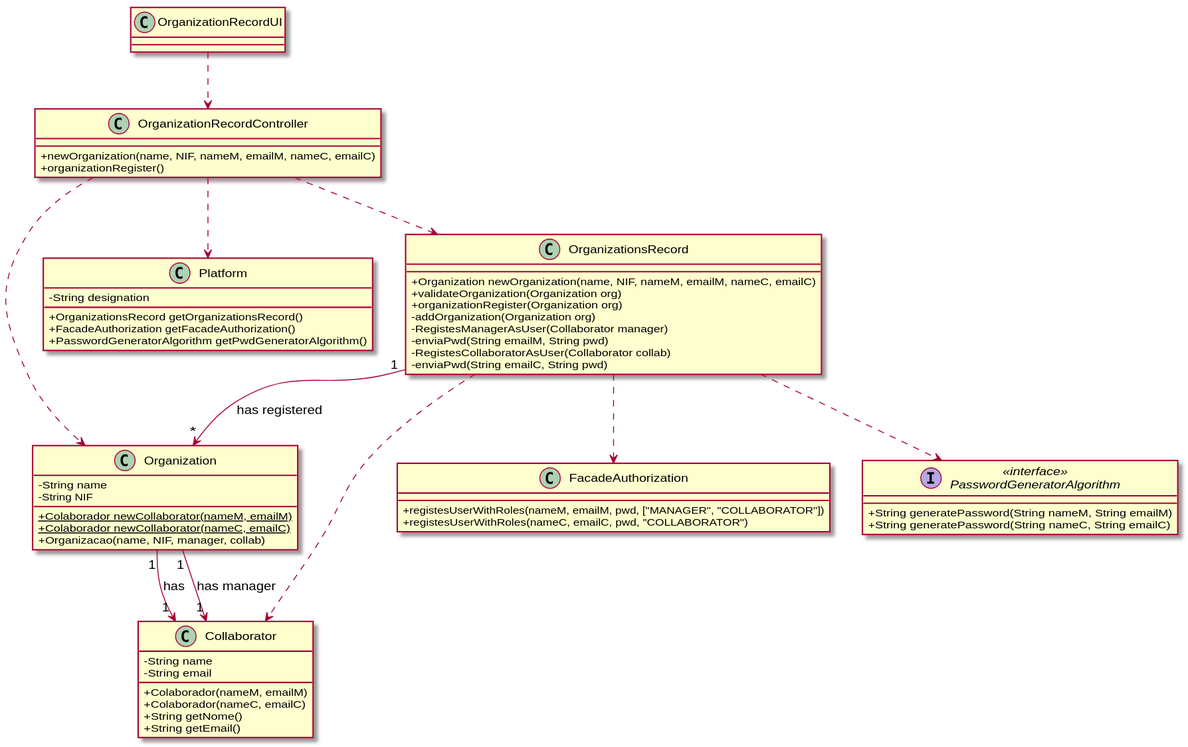
The PlantUML diagram docs/UC7 - Add New Organization/UC7_CD.svg in pedrolemos4/LAPR2, before a commit.
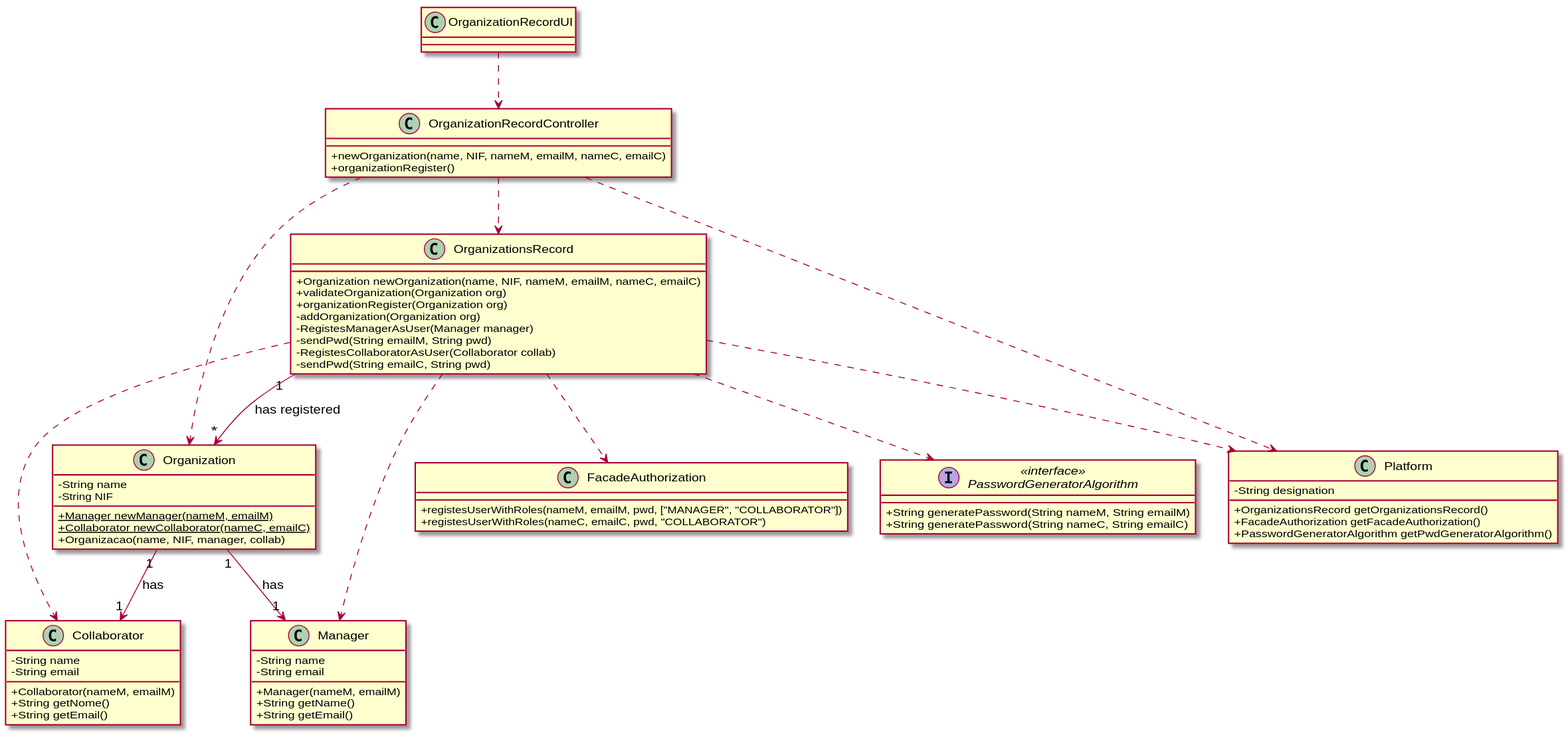
After the change.

Change to the diagram source:
```diff
@@ -4,17 +4,24 @@
 class Collaborator {
   -String name
   -String email
-  +Colaborador(nameM, emailM)
-  +Colaborador(nameC, emailC)
+  +Collaborator(nameM, emailM)
   +String getNome()
+  +String getEmail()
+}
+
+class Manager {
+  -String name
+  -String email
+  +Manager(nameM, emailM)
+  +String getName()
   +String getEmail()
 }
 
 class Organization {
   -String name
   -String NIF
-  +{static} Colaborador newCollaborator(nameM, emailM)
-  +{static} Colaborador newCollaborator(nameC, emailC)
+  +{static} Manager newManager(nameM, emailM)
+  +{static} Collaborator newCollaborator(nameC, emailC)
   +Organizacao(name, NIF, manager, collab)
 }
 
@@ -30,10 +37,10 @@
   +validateOrganization(Organization org)
   +organizationRegister(Organization org)
   -addOrganization(Organization org)
-  -RegistesManagerAsUser(Collaborator manager)
-  -enviaPwd(String emailM, String pwd)
+  -RegistesManagerAsUser(Manager manager)
+  -sendPwd(String emailM, String pwd)
   -RegistesCollaboratorAsUser(Collaborator collab)
-  -enviaPwd(String emailC, String pwd)
+  -sendPwd(String emailC, String pwd)
 }
 
 class FacadeAuthorization {
@@ -61,8 +68,10 @@
 
 OrganizationsRecord "1" --> "*" Organization : has registered
 OrganizationsRecord ..> Collaborator
+OrganizationsRecord ..> Manager
+OrganizationsRecord ..> Platform
 OrganizationsRecord ..> FacadeAuthorization
 OrganizationsRecord ..> PasswordGeneratorAlgorithm
 Organization "1" --> "1" Collaborator: has
-Organization "1" --> "1" Collaborator: has manager
+Organization "1" --> "1" Manager: has
 @enduml
```
